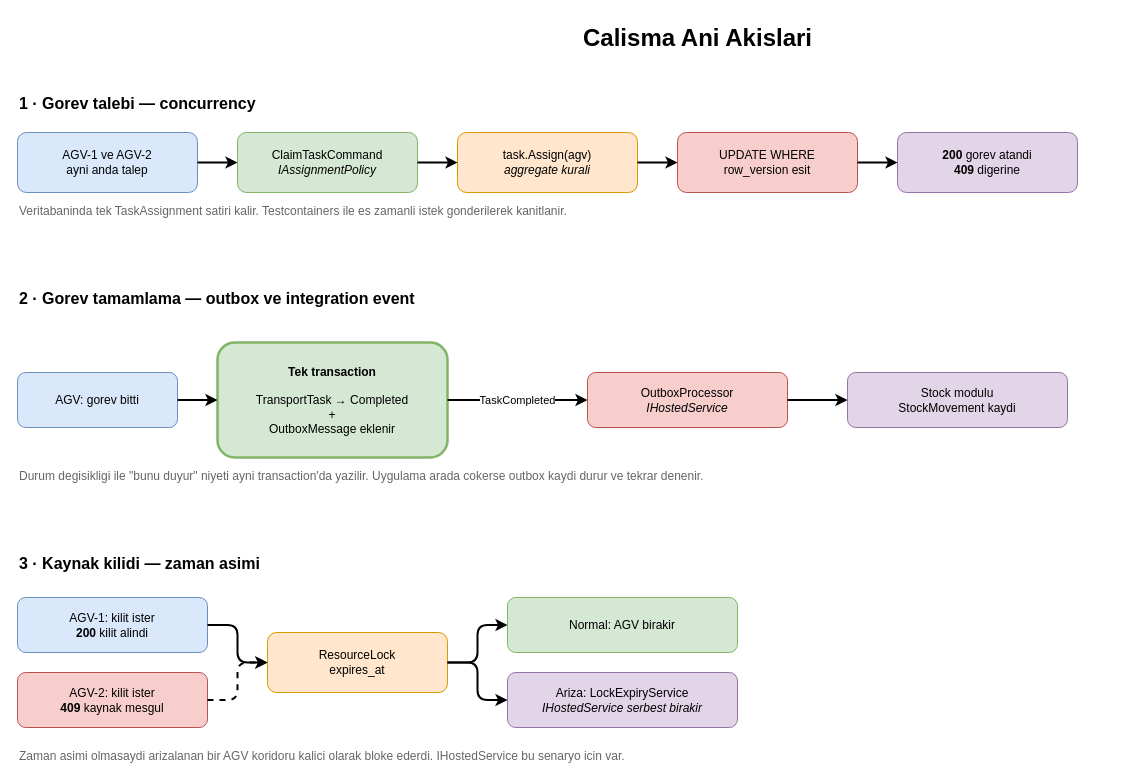
This is page "Calisma Ani Akislari" (5 of 5) of docs/architecture.drawio from SenaKocaslan/fleetops, a draw.io file, before an edit. Source tidied: cells renumbered, new cells numbered last; positions are measured from the earlier drawing's top-left corner, leaving out a move shared by most shapes. Both pictures are drawn from the tidied source at 100%, with x=0, y=0 at pixel (17, 17).
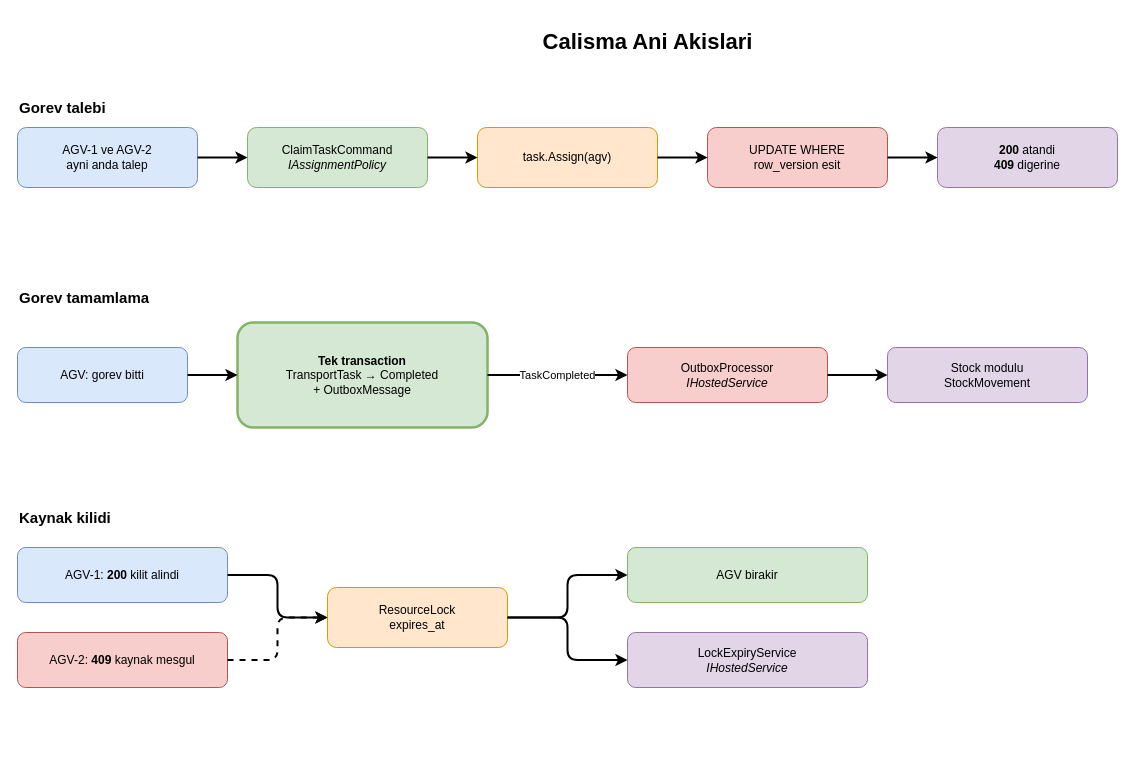
Above is the later version.

What changed in the source:
```diff
@@
-    <mxCell id="2" value="Calisma Ani Akislari" style="text;html=1;fontSize=24;fontStyle=1;align=center;" parent="1" vertex="1">
-      <mxGeometry x="380" width="600" height="40" as="geometry" />
+    <mxCell id="2" value="Calisma Ani Akislari" style="text;html=1;fontSize=22;fontStyle=1;align=center;" parent="1" vertex="1">
+      <mxGeometry x="330" y="5" width="600" height="36" as="geometry" />
     </mxCell>
-    <mxCell id="3" value="&lt;b&gt;1 · Gorev talebi — concurrency&lt;/b&gt;" style="text;html=1;fontSize=16;fontStyle=1;align=left;" parent="1" vertex="1">
-      <mxGeometry y="70" width="400" height="30" as="geometry" />
+    <mxCell id="3" value="&lt;b&gt;Gorev talebi&lt;/b&gt;" style="text;html=1;fontSize=15;fontStyle=1;align=left;" parent="1" vertex="1">
+      <mxGeometry y="75" width="400" height="26" as="geometry" />
     </mxCell>
     <mxCell id="4" value="AGV-1 ve AGV-2&lt;br&gt;ayni anda talep" style="rounded=1;whiteSpace=wrap;html=1;fillColor=#dae8fc;strokeColor=#6c8ebf;fontSize=12;" parent="1" vertex="1">
-      <mxGeometry y="115" width="180" height="60" as="geometry" />
+      <mxGeometry y="110" width="180" height="60" as="geometry" />
     </mxCell>
     <mxCell id="5" value="ClaimTaskCommand&lt;br&gt;&lt;i&gt;IAssignmentPolicy&lt;/i&gt;" style="rounded=1;whiteSpace=wrap;html=1;fillColor=#d5e8d4;strokeColor=#82b366;fontSize=12;" parent="1" vertex="1">
-      <mxGeometry x="220" y="115" width="180" height="60" as="geometry" />
+      <mxGeometry x="230" y="110" width="180" height="60" as="geometry" />
     </mxCell>
-    <mxCell id="6" value="task.Assign(agv)&lt;br&gt;&lt;i&gt;aggregate kurali&lt;/i&gt;" style="rounded=1;whiteSpace=wrap;html=1;fillColor=#ffe6cc;strokeColor=#d79b00;fontSize=12;" parent="1" vertex="1">
-      <mxGeometry x="440" y="115" width="180" height="60" as="geometry" />
+    <mxCell id="6" value="task.Assign(agv)" style="rounded=1;whiteSpace=wrap;html=1;fillColor=#ffe6cc;strokeColor=#d79b00;fontSize=12;" parent="1" vertex="1">
+      <mxGeometry x="460" y="110" width="180" height="60" as="geometry" />
     </mxCell>
     <mxCell id="7" value="UPDATE WHERE&lt;br&gt;row_version esit" style="rounded=1;whiteSpace=wrap;html=1;fillColor=#f8cecc;strokeColor=#b85450;fontSize=12;" parent="1" vertex="1">
-      <mxGeometry x="660" y="115" width="180" height="60" as="geometry" />
+      <mxGeometry x="690" y="110" width="180" height="60" as="geometry" />
     </mxCell>
-    <mxCell id="8" value="&lt;b&gt;200&lt;/b&gt; gorev atandi&lt;br&gt;&lt;b&gt;409&lt;/b&gt; digerine" style="rounded=1;whiteSpace=wrap;html=1;fillColor=#e1d5e7;strokeColor=#9673a6;fontSize=12;" parent="1" vertex="1">
-      <mxGeometry x="880" y="115" width="180" height="60" as="geometry" />
+    <mxCell id="8" value="&lt;b&gt;200&lt;/b&gt; atandi&lt;br&gt;&lt;b&gt;409&lt;/b&gt; digerine" style="rounded=1;whiteSpace=wrap;html=1;fillColor=#e1d5e7;strokeColor=#9673a6;fontSize=12;" parent="1" vertex="1">
+      <mxGeometry x="920" y="110" width="180" height="60" as="geometry" />
     </mxCell>
@@
-    <mxCell id="13" value="Veritabaninda tek TaskAssignment satiri kalir. Testcontainers ile es zamanli istek gonderilerek kanitlanir." style="text;html=1;fontSize=12;align=left;fontColor=#666666;" parent="1" vertex="1">
-      <mxGeometry y="180" width="1060" height="25" as="geometry" />
-    </mxCell>
-    <mxCell id="14" value="&lt;b&gt;2 · Gorev tamamlama — outbox ve integration event&lt;/b&gt;" style="text;html=1;fontSize=16;fontStyle=1;align=left;" parent="1" vertex="1">
-      <mxGeometry y="265" width="600" height="30" as="geometry" />
+    <mxCell id="14" value="&lt;b&gt;Gorev tamamlama&lt;/b&gt;" style="text;html=1;fontSize=15;fontStyle=1;align=left;" parent="1" vertex="1">
+      <mxGeometry y="265" width="400" height="26" as="geometry" />
     </mxCell>
     <mxCell id="15" value="AGV: gorev bitti" style="rounded=1;whiteSpace=wrap;html=1;fillColor=#dae8fc;strokeColor=#6c8ebf;fontSize=12;" parent="1" vertex="1">
-      <mxGeometry y="355" width="160" height="55" as="geometry" />
+      <mxGeometry y="330" width="170" height="55" as="geometry" />
     </mxCell>
-    <mxCell id="16" value="&lt;b&gt;Tek transaction&lt;/b&gt;&lt;br&gt;&lt;br&gt;TransportTask → Completed&lt;br&gt;+&lt;br&gt;OutboxMessage eklenir" style="rounded=1;whiteSpace=wrap;html=1;fillColor=#d5e8d4;strokeColor=#82b366;fontSize=12;strokeWidth=2.5;" parent="1" vertex="1">
-      <mxGeometry x="200" y="325" width="230" height="115" as="geometry" />
+    <mxCell id="16" value="&lt;b&gt;Tek transaction&lt;/b&gt;&lt;br&gt;TransportTask → Completed&lt;br&gt;+ OutboxMessage" style="rounded=1;whiteSpace=wrap;html=1;fillColor=#d5e8d4;strokeColor=#82b366;fontSize=12;strokeWidth=2.5;" parent="1" vertex="1">
+      <mxGeometry x="220" y="305" width="250" height="105" as="geometry" />
     </mxCell>
     <mxCell id="17" value="OutboxProcessor&lt;br&gt;&lt;i&gt;IHostedService&lt;/i&gt;" style="rounded=1;whiteSpace=wrap;html=1;fillColor=#f8cecc;strokeColor=#b85450;fontSize=12;" parent="1" vertex="1">
-      <mxGeometry x="570" y="355" width="200" height="55" as="geometry" />
+      <mxGeometry x="610" y="330" width="200" height="55" as="geometry" />
     </mxCell>
-    <mxCell id="18" value="Stock modulu&lt;br&gt;StockMovement kaydi" style="rounded=1;whiteSpace=wrap;html=1;fillColor=#e1d5e7;strokeColor=#9673a6;fontSize=12;" parent="1" vertex="1">
-      <mxGeometry x="830" y="355" width="220" height="55" as="geometry" />
+    <mxCell id="18" value="Stock modulu&lt;br&gt;StockMovement" style="rounded=1;whiteSpace=wrap;html=1;fillColor=#e1d5e7;strokeColor=#9673a6;fontSize=12;" parent="1" vertex="1">
+      <mxGeometry x="870" y="330" width="200" height="55" as="geometry" />
     </mxCell>
@@
-    <mxCell id="22" value="Durum degisikligi ile &quot;bunu duyur&quot; niyeti ayni transaction'da yazilir. Uygulama arada cokerse outbox kaydi durur ve tekrar denenir." style="text;html=1;fontSize=12;align=left;fontColor=#666666;" parent="1" vertex="1">
-      <mxGeometry y="445" width="1060" height="25" as="geometry" />
-    </mxCell>
-    <mxCell id="23" value="&lt;b&gt;3 · Kaynak kilidi — zaman asimi&lt;/b&gt;" style="text;html=1;fontSize=16;fontStyle=1;align=left;" parent="1" vertex="1">
-      <mxGeometry y="530" width="600" height="30" as="geometry" />
+    <mxCell id="23" value="&lt;b&gt;Kaynak kilidi&lt;/b&gt;" style="text;html=1;fontSize=15;fontStyle=1;align=left;" parent="1" vertex="1">
+      <mxGeometry y="485" width="400" height="26" as="geometry" />
     </mxCell>
-    <mxCell id="24" value="AGV-1: kilit ister&lt;br&gt;&lt;b&gt;200&lt;/b&gt; kilit alindi" style="rounded=1;whiteSpace=wrap;html=1;fillColor=#dae8fc;strokeColor=#6c8ebf;fontSize=12;" parent="1" vertex="1">
-      <mxGeometry y="580" width="190" height="55" as="geometry" />
+    <mxCell id="24" value="AGV-1: &lt;b&gt;200&lt;/b&gt; kilit alindi" style="rounded=1;whiteSpace=wrap;html=1;fillColor=#dae8fc;strokeColor=#6c8ebf;fontSize=12;" parent="1" vertex="1">
+      <mxGeometry y="530" width="210" height="55" as="geometry" />
     </mxCell>
-    <mxCell id="25" value="AGV-2: kilit ister&lt;br&gt;&lt;b&gt;409&lt;/b&gt; kaynak mesgul" style="rounded=1;whiteSpace=wrap;html=1;fillColor=#f8cecc;strokeColor=#b85450;fontSize=12;" parent="1" vertex="1">
-      <mxGeometry y="655" width="190" height="55" as="geometry" />
+    <mxCell id="25" value="AGV-2: &lt;b&gt;409&lt;/b&gt; kaynak mesgul" style="rounded=1;whiteSpace=wrap;html=1;fillColor=#f8cecc;strokeColor=#b85450;fontSize=12;" parent="1" vertex="1">
+      <mxGeometry y="615" width="210" height="55" as="geometry" />
     </mxCell>
     <mxCell id="26" value="ResourceLock&lt;br&gt;expires_at" style="rounded=1;whiteSpace=wrap;html=1;fillColor=#ffe6cc;strokeColor=#d79b00;fontSize=12;" parent="1" vertex="1">
-      <mxGeometry x="250" y="615" width="180" height="60" as="geometry" />
+      <mxGeometry x="310" y="570" width="180" height="60" as="geometry" />
     </mxCell>
-    <mxCell id="27" value="Normal: AGV birakir" style="rounded=1;whiteSpace=wrap;html=1;fillColor=#d5e8d4;strokeColor=#82b366;fontSize=12;" parent="1" vertex="1">
-      <mxGeometry x="490" y="580" width="230" height="55" as="geometry" />
+    <mxCell id="27" value="AGV birakir" style="rounded=1;whiteSpace=wrap;html=1;fillColor=#d5e8d4;strokeColor=#82b366;fontSize=12;" parent="1" vertex="1">
+      <mxGeometry x="610" y="530" width="240" height="55" as="geometry" />
     </mxCell>
-    <mxCell id="28" value="Ariza: LockExpiryService&lt;br&gt;&lt;i&gt;IHostedService serbest birakir&lt;/i&gt;" style="rounded=1;whiteSpace=wrap;html=1;fillColor=#e1d5e7;strokeColor=#9673a6;fontSize=12;" parent="1" vertex="1">
-      <mxGeometry x="490" y="655" width="230" height="55" as="geometry" />
+    <mxCell id="28" value="LockExpiryService&lt;br&gt;&lt;i&gt;IHostedService&lt;/i&gt;" style="rounded=1;whiteSpace=wrap;html=1;fillColor=#e1d5e7;strokeColor=#9673a6;fontSize=12;" parent="1" vertex="1">
+      <mxGeometry x="610" y="615" width="240" height="55" as="geometry" />
     </mxCell>
@@
-    <mxCell id="33" value="Zaman asimi olmasaydi arizalanan bir AGV koridoru kalici olarak bloke ederdi. IHostedService bu senaryo icin var." style="text;html=1;fontSize=12;align=left;fontColor=#666666;" parent="1" vertex="1">
-      <mxGeometry y="725" width="1060" height="25" as="geometry" />
-    </mxCell>
```
